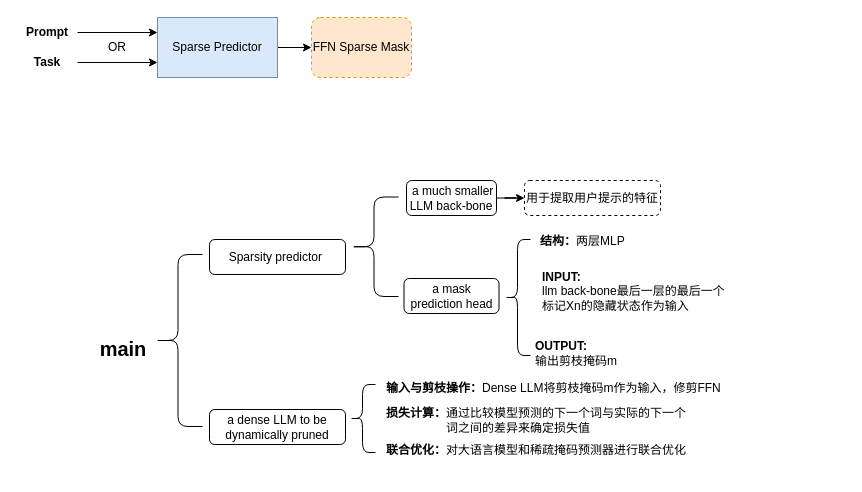
Earlier version of the draw.io diagram llama.cpp/大语言模型的指令跟踪修剪.drawio (mailonghua/drawio). Source tidied: cells renumbered, new cells numbered last; positions are measured from the earlier drawing's top-left corner, leaving out a move shared by most shapes. Both pictures are drawn from the tidied source at 100%, with x=0, y=0 at pixel (17, 17).
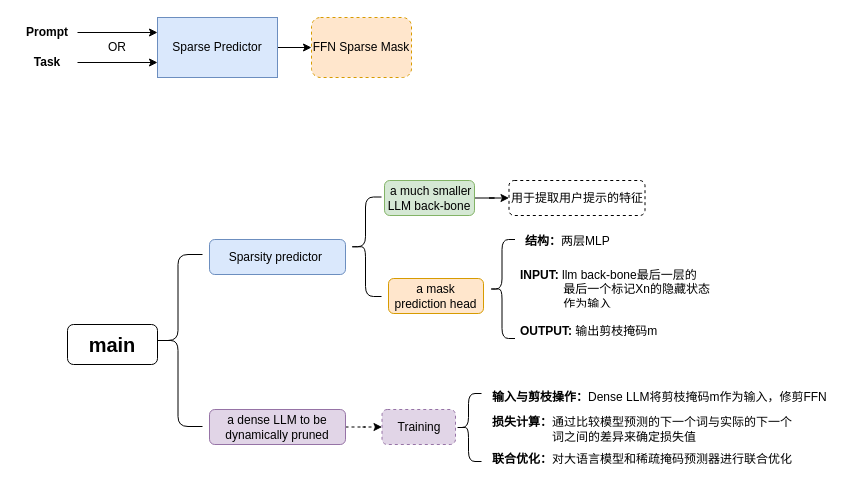
The same page after the edit.

Commit message:
更新大语言模型的指令跟踪修剪.drawio

Change to the diagram source:
```diff
@@
-    <mxCell id="10" value="Sparsity predictor&amp;nbsp;" style="rounded=1;whiteSpace=wrap;html=1;" parent="1" vertex="1">
+    <mxCell id="10" value="Sparsity predictor&amp;nbsp;" style="rounded=1;whiteSpace=wrap;html=1;fillColor=#dae8fc;strokeColor=#6c8ebf;" parent="1" vertex="1">
       <mxGeometry x="192" y="222" width="136" height="35" as="geometry" />
     </mxCell>
-    <mxCell id="11" value="main" style="text;strokeColor=none;align=center;fillColor=none;html=1;verticalAlign=middle;whiteSpace=wrap;rounded=0;fontSize=20;fontStyle=1;" parent="1" vertex="1">
-      <mxGeometry x="76" y="316" width="60" height="30" as="geometry" />
+    <mxCell id="11" value="main" style="text;strokeColor=default;align=center;fillColor=none;html=1;verticalAlign=middle;whiteSpace=wrap;rounded=1;fontSize=20;fontStyle=1;" parent="1" vertex="1">
+      <mxGeometry x="50" y="307" width="90" height="40" as="geometry" />
     </mxCell>
     <mxCell id="12" style="shape=curlyBracket;whiteSpace=wrap;html=1;rounded=1;labelPosition=left;verticalLabelPosition=middle;align=right;verticalAlign=middle;" parent="1" vertex="1">
-      <mxGeometry x="332" y="179.5" width="49" height="99.5" as="geometry" />
+      <mxGeometry x="332" y="179.5" width="32" height="99.5" as="geometry" />
     </mxCell>
+    <mxCell id="27" style="edgeStyle=orthogonalEdgeStyle;rounded=0;jettySize=auto;html=1;dashed=1;" parent="1" edge="1" source="13" target="28">
+      <mxGeometry relative="1" as="geometry" />
+    </mxCell>
-    <mxCell id="13" value="&lt;div&gt;a&amp;nbsp;&lt;span style=&quot;background-color: transparent;&quot;&gt;dense LLM to be dynamically pruned&lt;/span&gt;&lt;/div&gt;" style="rounded=1;whiteSpace=wrap;html=1;" parent="1" vertex="1">
+    <mxCell id="13" value="&lt;div&gt;a&amp;nbsp;&lt;span style=&quot;background-color: transparent;&quot;&gt;dense LLM to be dynamically pruned&lt;/span&gt;&lt;/div&gt;" style="rounded=1;whiteSpace=wrap;html=1;fillColor=#e1d5e7;strokeColor=#9673a6;" parent="1" vertex="1">
       <mxGeometry x="192" y="392" width="136" height="35" as="geometry" />
     </mxCell>
@@
-    <mxCell id="16" value="&lt;div&gt;&amp;nbsp;a much smaller LLM back-&lt;span style=&quot;background-color: transparent;&quot;&gt;bone&lt;/span&gt;&lt;/div&gt;" style="rounded=1;whiteSpace=wrap;html=1;" parent="1" vertex="1">
-      <mxGeometry x="389" y="163" width="90" height="35" as="geometry" />
+    <mxCell id="16" value="&lt;div&gt;&amp;nbsp;a much smaller LLM back-&lt;span style=&quot;background-color: transparent;&quot;&gt;bone&lt;/span&gt;&lt;/div&gt;" style="rounded=1;whiteSpace=wrap;html=1;fillColor=#d5e8d4;strokeColor=#82b366;" parent="1" vertex="1">
+      <mxGeometry x="367" y="163" width="90" height="35" as="geometry" />
     </mxCell>
-    <mxCell id="17" value="a mask prediction head" style="rounded=1;whiteSpace=wrap;html=1;" parent="1" vertex="1">
-      <mxGeometry x="386.5" y="261" width="95" height="35" as="geometry" />
+    <mxCell id="17" value="a mask prediction head" style="rounded=1;whiteSpace=wrap;html=1;fillColor=#ffe6cc;strokeColor=#d79b00;" parent="1" vertex="1">
+      <mxGeometry x="371" y="261" width="95" height="35" as="geometry" />
     </mxCell>
     <mxCell id="18" value="用于提取用户提示的特征" style="rounded=1;whiteSpace=wrap;html=1;dashed=1;" parent="1" vertex="1">
-      <mxGeometry x="507" y="163" width="136" height="35" as="geometry" />
+      <mxGeometry x="491.5" y="163" width="136" height="35" as="geometry" />
     </mxCell>
     <mxCell id="19" value="&lt;b&gt;结构：&lt;/b&gt;两层MLP" style="rounded=1;whiteSpace=wrap;html=1;dashed=1;align=left;strokeColor=none;" parent="1" vertex="1">
-      <mxGeometry x="521" y="206" width="136" height="35" as="geometry" />
+      <mxGeometry x="505.5" y="206" width="136" height="35" as="geometry" />
     </mxCell>
     <mxCell id="20" style="shape=curlyBracket;whiteSpace=wrap;html=1;rounded=1;labelPosition=left;verticalLabelPosition=middle;align=right;verticalAlign=middle;" parent="1" vertex="1">
-      <mxGeometry x="487" y="222" width="26" height="116" as="geometry" />
+      <mxGeometry x="471.5" y="222" width="26" height="99" as="geometry" />
     </mxCell>
-    <mxCell id="21" value="&lt;b&gt;INPUT:&lt;/b&gt;&lt;div&gt;llm back-bone最后一层的最后一个标记Xn的隐藏状态作为输入&lt;/div&gt;" style="rounded=1;whiteSpace=wrap;html=1;dashed=1;align=left;strokeColor=none;" parent="1" vertex="1">
-      <mxGeometry x="523" y="250" width="191" height="48" as="geometry" />
+    <mxCell id="21" value="&lt;b&gt;INPUT:&amp;nbsp;&lt;/b&gt;&lt;span style=&quot;background-color: transparent;&quot;&gt;llm back-bone最后一层的&lt;/span&gt;&lt;div&gt;&lt;span style=&quot;background-color: transparent;&quot;&gt;&lt;span style=&quot;white-space: pre;&quot;&gt;&#9;&lt;/span&gt;&amp;nbsp; &amp;nbsp; &amp;nbsp;最后一个标记Xn的隐藏状态&lt;/span&gt;&lt;/div&gt;&lt;div&gt;&lt;span style=&quot;background-color: transparent;&quot;&gt;&amp;nbsp; &amp;nbsp; &amp;nbsp; &amp;nbsp; &amp;nbsp; &amp;nbsp; &amp;nbsp;作为输入&lt;/span&gt;&lt;/div&gt;" style="rounded=1;whiteSpace=wrap;html=1;dashed=1;align=left;strokeColor=none;" parent="1" vertex="1">
+      <mxGeometry x="500.5" y="248" width="197" height="48" as="geometry" />
     </mxCell>
-    <mxCell id="22" value="&lt;div&gt;&lt;b&gt;OUTPUT:&lt;/b&gt;&lt;/div&gt;&lt;div&gt;输出剪枝掩码m&lt;/div&gt;" style="rounded=1;whiteSpace=wrap;html=1;dashed=1;align=left;strokeColor=none;" parent="1" vertex="1">
-      <mxGeometry x="516" y="312" width="191" height="48" as="geometry" />
+    <mxCell id="22" value="&lt;div&gt;&lt;b&gt;OUTPUT:&amp;nbsp;&lt;/b&gt;&lt;span style=&quot;background-color: transparent;&quot;&gt;输出剪枝掩码m&lt;/span&gt;&lt;/div&gt;" style="rounded=1;whiteSpace=wrap;html=1;dashed=1;align=left;strokeColor=none;" parent="1" vertex="1">
+      <mxGeometry x="500.5" y="290" width="191" height="48" as="geometry" />
     </mxCell>
     <mxCell id="23" value="&lt;div&gt;&lt;b&gt;输入与剪枝操作：&lt;/b&gt;&lt;span style=&quot;background-color: transparent;&quot;&gt;Dense LLM将剪枝掩码m作为输入，修剪FFN&lt;/span&gt;&lt;/div&gt;" style="rounded=1;whiteSpace=wrap;html=1;align=left;strokeColor=none;" parent="1" vertex="1">
-      <mxGeometry x="367" y="353" width="355" height="35" as="geometry" />
+      <mxGeometry x="473" y="362" width="355" height="35" as="geometry" />
     </mxCell>
     <mxCell id="24" style="shape=curlyBracket;whiteSpace=wrap;html=1;rounded=1;labelPosition=left;verticalLabelPosition=middle;align=right;verticalAlign=middle;" parent="1" vertex="1">
-      <mxGeometry x="332" y="367" width="26" height="68" as="geometry" />
+      <mxGeometry x="438" y="376" width="26" height="68" as="geometry" />
     </mxCell>
     <mxCell id="25" value="&lt;b&gt;损失计算：&lt;/b&gt;通过比较模型预测的下一个词与实际的下一个&lt;div&gt;&lt;span style=&quot;white-space: pre;&quot;&gt;&#9;&lt;/span&gt;&lt;span style=&quot;white-space: pre;&quot;&gt;&#9;&lt;/span&gt;&amp;nbsp; 词之间的差异来确定损失值&lt;/div&gt;" style="text;strokeColor=none;align=left;fillColor=none;html=1;verticalAlign=middle;whiteSpace=wrap;rounded=0;" parent="1" vertex="1">
-      <mxGeometry x="367" y="388" width="308" height="30" as="geometry" />
+      <mxGeometry x="473" y="397" width="308" height="30" as="geometry" />
     </mxCell>
     <mxCell id="26" value="&lt;b&gt;联合优化：&lt;/b&gt;对大语言模型和稀疏掩码预测器进行联合优化" style="text;strokeColor=none;align=left;fillColor=none;html=1;verticalAlign=middle;whiteSpace=wrap;rounded=0;" parent="1" vertex="1">
-      <mxGeometry x="367" y="418" width="308" height="30" as="geometry" />
+      <mxGeometry x="473" y="427" width="308" height="30" as="geometry" />
     </mxCell>
+    <mxCell id="28" value="Training" style="rounded=1;whiteSpace=wrap;html=1;fillColor=#e1d5e7;strokeColor=#9673a6;dashed=1;" parent="1" vertex="1">
+      <mxGeometry x="364.5" y="392" width="73.5" height="35" as="geometry" />
+    </mxCell>
```
